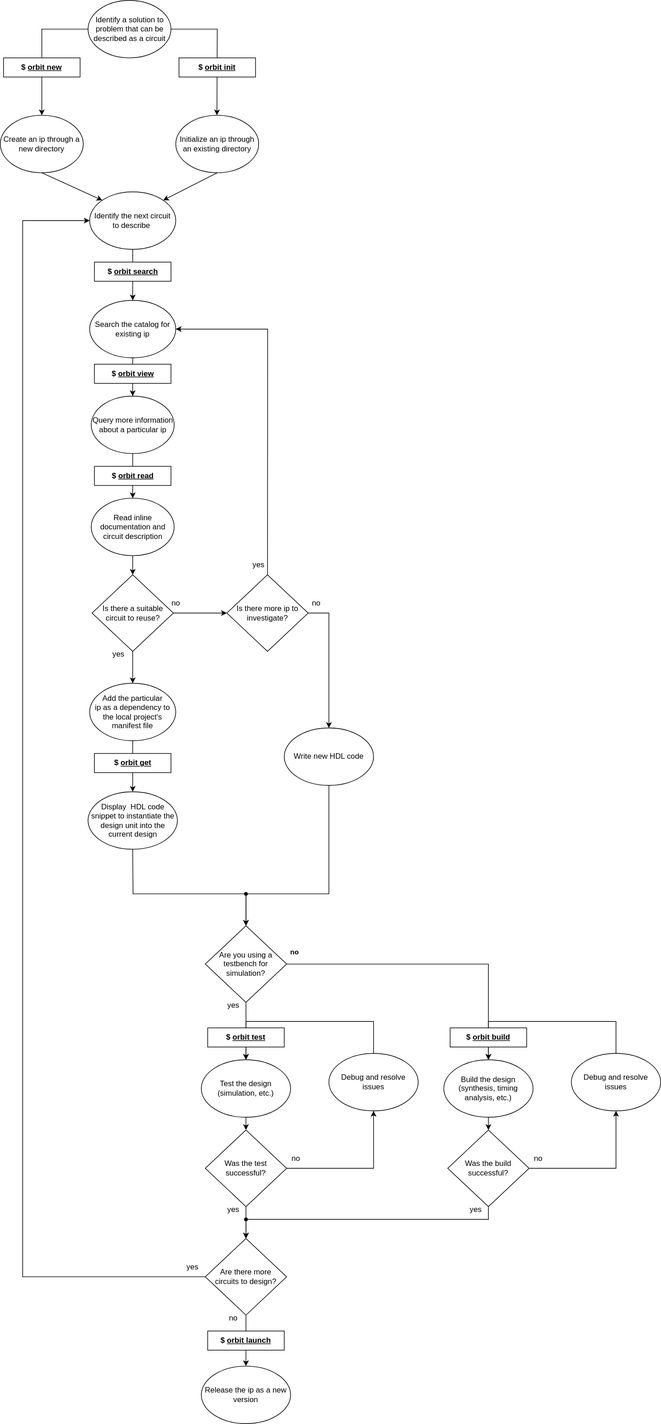
Before: docs/src/images/workflow.svg, a diagram exported from draw.io (chaseruskin/orbit). Source tidied: cells renumbered, new cells last; positions are measured from the earlier drawing's top-left corner, leaving out a move shared by most shapes.
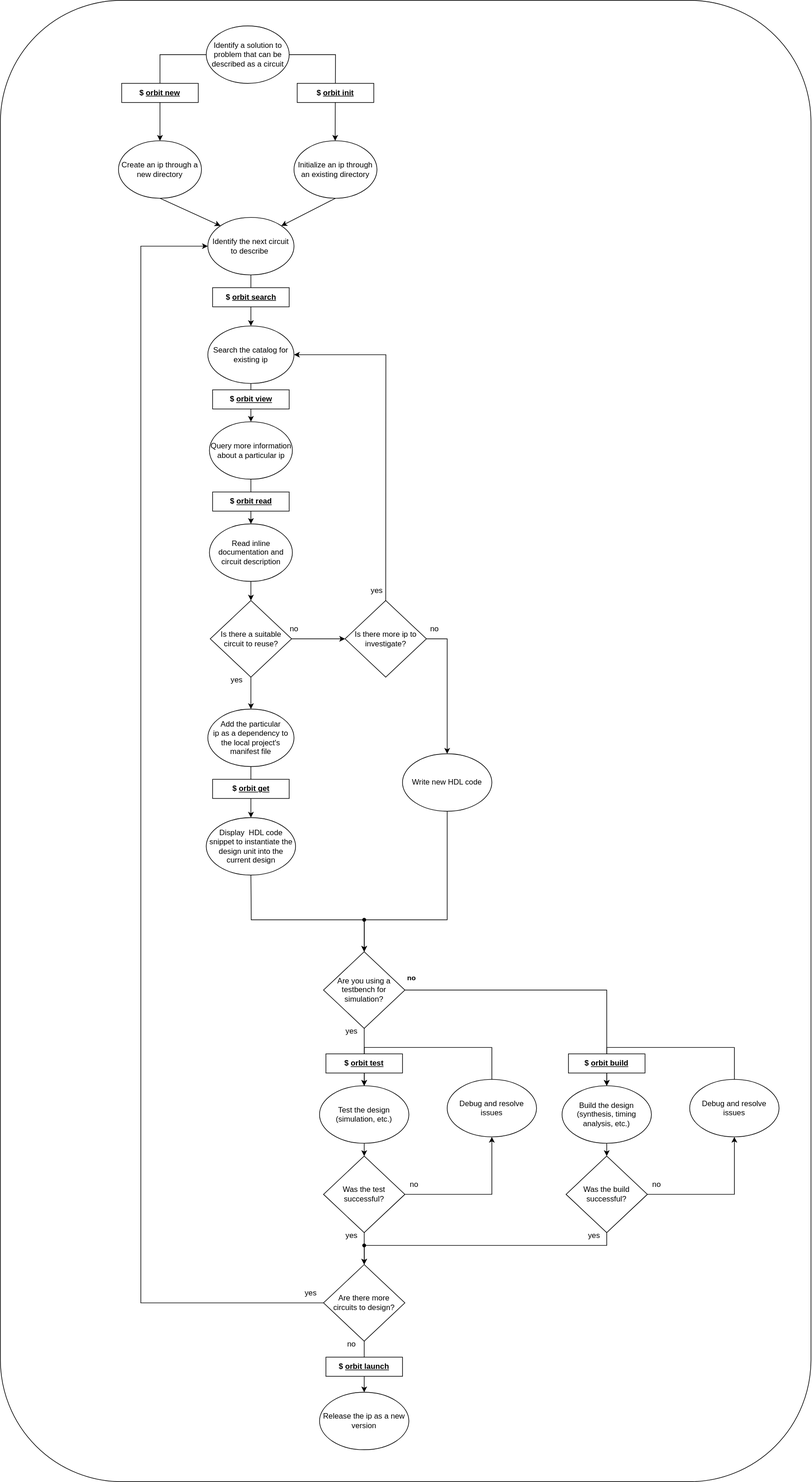
The same diagram one commit later.

Commit message:
Adds background to diagrams in docs

Diff of the diagram source:
```diff
@@ -2,6 +2,9 @@
   <root>
     <mxCell id="0" />
     <mxCell id="1" parent="0" />
+    <mxCell id="74" style="rounded=1;whiteSpace=wrap;html=1;" parent="1" vertex="1">
+      <mxGeometry x="-185" y="-40" width="1270" height="2320" as="geometry" />
+    </mxCell>
     <mxCell id="2" value="Write new HDL code" style="ellipse;whiteSpace=wrap;html=1;" parent="1" vertex="1">
       <mxGeometry x="445" y="1140" width="140" height="90" as="geometry" />
     </mxCell>
```
